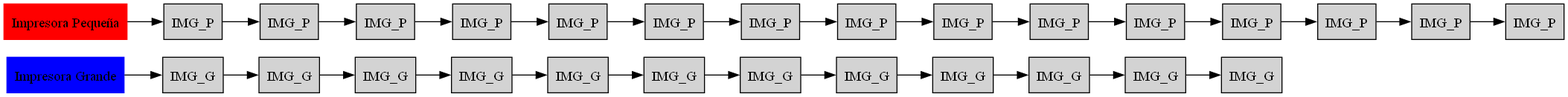
Earlier version of the Graphviz export Proyecto/colaImpresion.dot.png (Serrano18/EDD_PROYECTO_202201989). Its source is kept beside it as Proyecto/colaImpresion.dot. Source of this version:
```dot
 digraph colac {
     node [shape=box, style=filled];
 rankdir = LR;
     "Impresora Grande" [label="Impresora Grande", shape=box, color=blue];
     "Impresora Grande" -> "Node           1 ";
     "Node           1 " [label="IMG_G", shape=box];
     "Node           1 " -> "Node           2 ";
     "Node           2 " [label="IMG_G", shape=box];
     "Node           2 " -> "Node           3 ";
     "Node           3 " [label="IMG_G", shape=box];
     "Node           3 " -> "Node           4 ";
     "Node           4 " [label="IMG_G", shape=box];
     "Node           4 " -> "Node           5 ";
     "Node           5 " [label="IMG_G", shape=box];
     "Node           5 " -> "Node           6 ";
     "Node           6 " [label="IMG_G", shape=box];
     "Node           6 " -> "Node           7 ";
     "Node           7 " [label="IMG_G", shape=box];
     "Node           7 " -> "Node           8 ";
     "Node           8 " [label="IMG_G", shape=box];
     "Node           8 " -> "Node           9 ";
     "Node           9 " [label="IMG_G", shape=box];
     "Node           9 " -> "Node          10 ";
     "Node          10 " [label="IMG_G", shape=box];
     "Node          10 " -> "Node          11 ";
     "Node          11 " [label="IMG_G", shape=box];
     "Node          11 " -> "Node          12 ";
     "Node          12 " [label="IMG_G", shape=box];
     "Impresora Pequeña" [label="Impresora Pequeña", shape=box, color=red];
     "Impresora Pequeña" [label="Impresora Pequeña", shape=box, color=red];
     "Impresora Pequeña" ->  "NodeP           1 ";
     "NodeP           1 " [label="IMG_P", shape=box];
     "NodeP           1 " -> "NodeP           2 ";
     "NodeP           2 " [label="IMG_P", shape=box];
     "NodeP           2 " -> "NodeP           3 ";
     "NodeP           3 " [label="IMG_P", shape=box];
     "NodeP           3 " -> "NodeP           4 ";
     "NodeP           4 " [label="IMG_P", shape=box];
     "NodeP           4 " -> "NodeP           5 ";
     "NodeP           5 " [label="IMG_P", shape=box];
     "NodeP           5 " -> "NodeP           6 ";
     "NodeP           6 " [label="IMG_P", shape=box];
     "NodeP           6 " -> "NodeP           7 ";
     "NodeP           7 " [label="IMG_P", shape=box];
     "NodeP           7 " -> "NodeP           8 ";
     "NodeP           8 " [label="IMG_P", shape=box];
     "NodeP           8 " -> "NodeP           9 ";
     "NodeP           9 " [label="IMG_P", shape=box];
     "NodeP           9 " -> "NodeP          10 ";
     "NodeP          10 " [label="IMG_P", shape=box];
     "NodeP          10 " -> "NodeP          11 ";
     "NodeP          11 " [label="IMG_P", shape=box];
     "NodeP          11 " -> "NodeP          12 ";
     "NodeP          12 " [label="IMG_P", shape=box];
     "NodeP          12 " -> "NodeP          13 ";
     "NodeP          13 " [label="IMG_P", shape=box];
     "NodeP          13 " -> "NodeP          14 ";
     "NodeP          14 " [label="IMG_P", shape=box];
     "NodeP          14 " -> "NodeP          15 ";
     "NodeP          15 " [label="IMG_P", shape=box];
 }
```
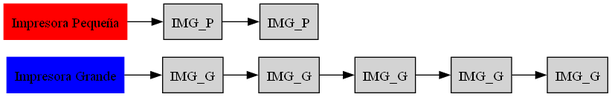
Above is the later version.

What changed in the source:
```diff
@@ -12,50 +12,10 @@
      "Node           4 " [label="IMG_G", shape=box];
      "Node           4 " -> "Node           5 ";
      "Node           5 " [label="IMG_G", shape=box];
-     "Node           5 " -> "Node           6 ";
-     "Node           6 " [label="IMG_G", shape=box];
-     "Node           6 " -> "Node           7 ";
-     "Node           7 " [label="IMG_G", shape=box];
-     "Node           7 " -> "Node           8 ";
-     "Node           8 " [label="IMG_G", shape=box];
-     "Node           8 " -> "Node           9 ";
-     "Node           9 " [label="IMG_G", shape=box];
-     "Node           9 " -> "Node          10 ";
-     "Node          10 " [label="IMG_G", shape=box];
-     "Node          10 " -> "Node          11 ";
-     "Node          11 " [label="IMG_G", shape=box];
-     "Node          11 " -> "Node          12 ";
-     "Node          12 " [label="IMG_G", shape=box];
      "Impresora Pequeña" [label="Impresora Pequeña", shape=box, color=red];
      "Impresora Pequeña" [label="Impresora Pequeña", shape=box, color=red];
      "Impresora Pequeña" ->  "NodeP           1 ";
      "NodeP           1 " [label="IMG_P", shape=box];
      "NodeP           1 " -> "NodeP           2 ";
      "NodeP           2 " [label="IMG_P", shape=box];
-     "NodeP           2 " -> "NodeP           3 ";
-     "NodeP           3 " [label="IMG_P", shape=box];
-     "NodeP           3 " -> "NodeP           4 ";
-     "NodeP           4 " [label="IMG_P", shape=box];
-     "NodeP           4 " -> "NodeP           5 ";
-     "NodeP           5 " [label="IMG_P", shape=box];
-     "NodeP           5 " -> "NodeP           6 ";
-     "NodeP           6 " [label="IMG_P", shape=box];
-     "NodeP           6 " -> "NodeP           7 ";
-     "NodeP           7 " [label="IMG_P", shape=box];
-     "NodeP           7 " -> "NodeP           8 ";
-     "NodeP           8 " [label="IMG_P", shape=box];
-     "NodeP           8 " -> "NodeP           9 ";
-     "NodeP           9 " [label="IMG_P", shape=box];
-     "NodeP           9 " -> "NodeP          10 ";
-     "NodeP          10 " [label="IMG_P", shape=box];
-     "NodeP          10 " -> "NodeP          11 ";
-     "NodeP          11 " [label="IMG_P", shape=box];
-     "NodeP          11 " -> "NodeP          12 ";
-     "NodeP          12 " [label="IMG_P", shape=box];
-     "NodeP          12 " -> "NodeP          13 ";
-     "NodeP          13 " [label="IMG_P", shape=box];
-     "NodeP          13 " -> "NodeP          14 ";
-     "NodeP          14 " [label="IMG_P", shape=box];
-     "NodeP          14 " -> "NodeP          15 ";
-     "NodeP          15 " [label="IMG_P", shape=box];
  }
```
